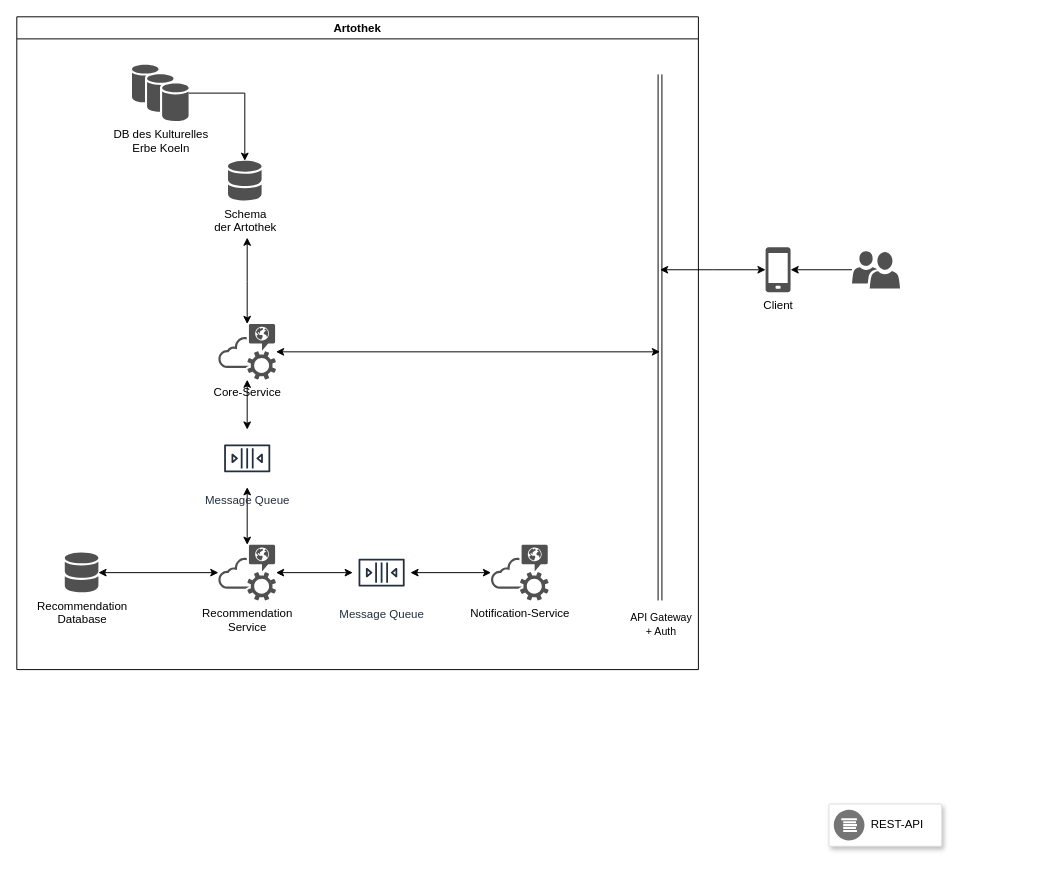
Above: page "Architecture Diagram" (3 of 5) of Artefakte/Untitled Diagram.drawio in JJJS777/EPWS2122KwintSchiller (draw.io), before the change. Source tidied: cells renumbered, new cells numbered last; positions are measured from the earlier drawing's top-left corner, leaving out a move shared by most shapes. Both pictures are drawn from the tidied source at 96%, with x=0, y=0 at pixel (16, 16).
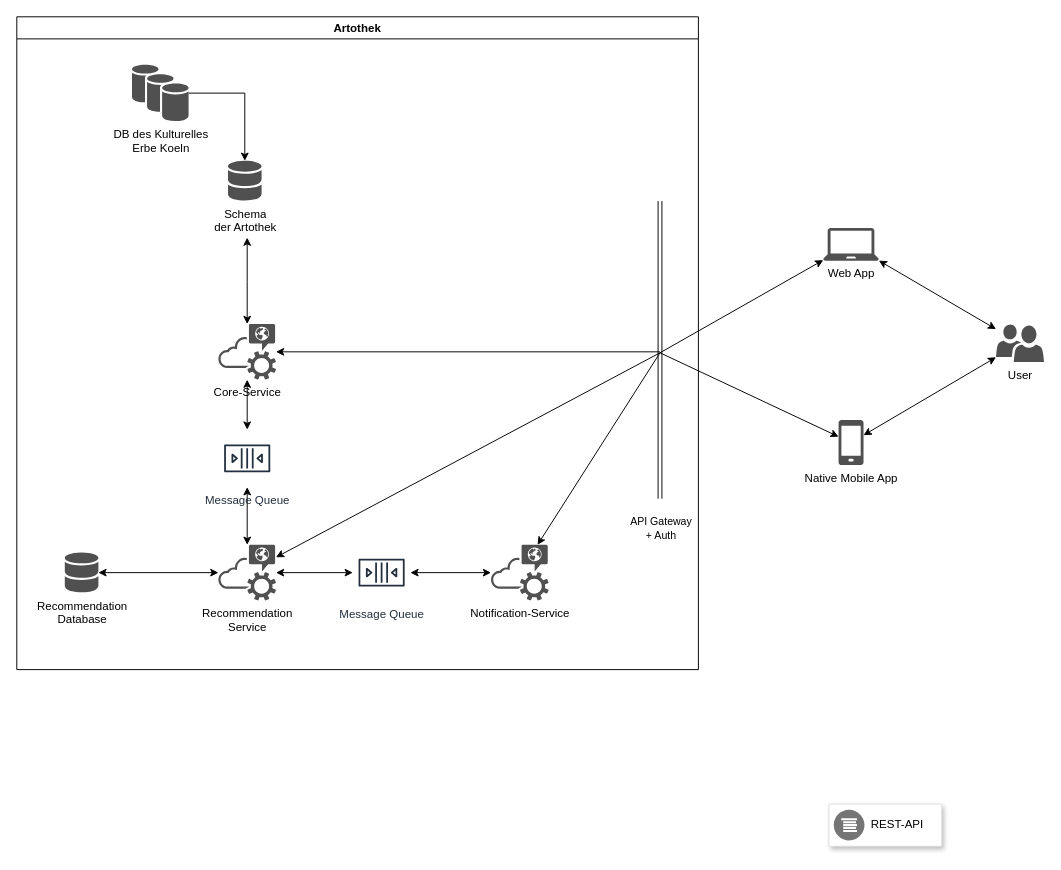
After the change.

The change refers to these unchanged cells:
```xml
<mxCell id="9" value="&lt;div&gt;Recommendation&lt;/div&gt;&lt;div&gt;Service&lt;/div&gt;" style="shadow=0;dashed=0;html=1;strokeColor=none;fillColor=#505050;labelPosition=center;verticalLabelPosition=bottom;verticalAlign=top;outlineConnect=0;align=center;shape=mxgraph.office.communications.public_im_cloud_service;" parent="1" vertex="1">
  <mxGeometry x="210" y="550" width="60" height="58" as="geometry" />
</mxCell>
<mxCell id="13" value="Core-Service" style="shadow=0;dashed=0;html=1;strokeColor=none;fillColor=#505050;labelPosition=center;verticalLabelPosition=bottom;verticalAlign=top;outlineConnect=0;align=center;shape=mxgraph.office.communications.public_im_cloud_service;" parent="1" vertex="1">
  <mxGeometry x="210" y="320" width="60" height="58" as="geometry" />
</mxCell>
<mxCell id="14" value="Notification-Service" style="shadow=0;dashed=0;html=1;strokeColor=none;fillColor=#505050;labelPosition=center;verticalLabelPosition=bottom;verticalAlign=top;outlineConnect=0;align=center;shape=mxgraph.office.communications.public_im_cloud_service;" parent="1" vertex="1">
  <mxGeometry x="494" y="550" width="60" height="58" as="geometry" />
</mxCell>
```

Change to the diagram source:
```diff
@@
+    <mxCell id="27" style="edgeStyle=none;rounded=0;jettySize=auto;html=1;startArrow=classic;startFill=1;endArrow=none;endFill=0;" parent="1" edge="1" source="9">
+      <mxGeometry relative="1" as="geometry">
+        <mxPoint x="670" y="350" as="targetPoint" />
+      </mxGeometry>
+    </mxCell>
@@
-    <mxCell id="12" style="edgeStyle=orthogonalEdgeStyle;rounded=0;jettySize=auto;html=1;startArrow=classic;startFill=1;" parent="1" edge="1" source="13">
+    <mxCell id="12" style="edgeStyle=orthogonalEdgeStyle;rounded=0;jettySize=auto;html=1;startArrow=classic;startFill=1;endArrow=none;endFill=0;" parent="1" edge="1" source="13">
       <mxGeometry relative="1" as="geometry">
         <mxPoint x="670" y="349" as="targetPoint" />
       </mxGeometry>
     </mxCell>
@@
+    <mxCell id="28" style="edgeStyle=none;rounded=0;jettySize=auto;html=1;startArrow=classic;startFill=1;endArrow=none;endFill=0;" parent="1" edge="1" source="14">
+      <mxGeometry relative="1" as="geometry">
+        <mxPoint x="670" y="350" as="targetPoint" />
+      </mxGeometry>
+    </mxCell>
@@
-    <mxCell id="15" style="edgeStyle=orthogonalEdgeStyle;rounded=0;jettySize=auto;html=1;startArrow=classic;startFill=1;" parent="1" edge="1" source="16">
-      <mxGeometry relative="1" as="geometry">
-        <mxPoint x="670" y="263.5" as="targetPoint" />
-      </mxGeometry>
-    </mxCell>
+    <mxCell id="29" style="rounded=0;jettySize=auto;html=1;startArrow=classic;startFill=1;endArrow=none;endFill=0;" parent="1" edge="1" source="16">
+      <mxGeometry relative="1" as="geometry">
+        <mxPoint x="670" y="350" as="targetPoint" />
+      </mxGeometry>
+    </mxCell>
-    <mxCell id="16" value="Client" style="sketch=0;shadow=0;dashed=0;html=1;strokeColor=none;fillColor=#505050;labelPosition=center;verticalLabelPosition=bottom;verticalAlign=top;outlineConnect=0;align=center;shape=mxgraph.office.devices.cell_phone_generic;" parent="1" vertex="1">
-      <mxGeometry x="780" y="240" width="26" height="47" as="geometry" />
+    <mxCell id="16" value="Native Mobile App" style="sketch=0;shadow=0;dashed=0;html=1;strokeColor=none;fillColor=#505050;labelPosition=center;verticalLabelPosition=bottom;verticalAlign=top;outlineConnect=0;align=center;shape=mxgraph.office.devices.cell_phone_generic;" parent="1" vertex="1">
+      <mxGeometry x="856" y="420" width="26" height="47" as="geometry" />
     </mxCell>
+    <mxCell id="30" style="edgeStyle=none;rounded=0;jettySize=auto;html=1;startArrow=classic;startFill=1;" parent="1" edge="1" source="18" target="32">
+      <mxGeometry relative="1" as="geometry" />
+    </mxCell>
-    <mxCell id="17" style="edgeStyle=orthogonalEdgeStyle;rounded=0;jettySize=auto;html=1;" parent="1" edge="1" source="18" target="16">
+    <mxCell id="17" style="edgeStyle=none;rounded=0;jettySize=auto;html=1;startArrow=classic;startFill=1;" parent="1" edge="1" source="18" target="16">
       <mxGeometry relative="1" as="geometry" />
     </mxCell>
-    <mxCell id="18" style="sketch=0;shadow=0;dashed=0;html=1;strokeColor=none;labelPosition=center;verticalLabelPosition=bottom;verticalAlign=top;align=center;fillColor=#505050;shape=mxgraph.mscae.intune.user_group;" parent="1" vertex="1">
-      <mxGeometry x="870" y="244" width="50" height="39" as="geometry" />
+    <mxCell id="18" value="User" style="sketch=0;shadow=0;dashed=0;html=1;strokeColor=none;labelPosition=center;verticalLabelPosition=bottom;verticalAlign=top;align=center;fillColor=#505050;shape=mxgraph.mscae.intune.user_group;" parent="1" vertex="1">
+      <mxGeometry x="1020" y="320.5" width="50" height="39" as="geometry" />
     </mxCell>
@@
+    <mxCell id="26" value="Artothek" style="swimlane;" parent="1" vertex="1">
+      <mxGeometry width="710" height="680" as="geometry" />
+    </mxCell>
-    <mxCell id="24" style="shape=link;html=1;" parent="1" edge="1">
+    <mxCell id="24" style="shape=link;html=1;" parent="26" edge="1">
       <mxGeometry relative="1" as="geometry">
-        <mxPoint x="670" y="60" as="sourcePoint" />
-        <mxPoint x="670" y="608" as="targetPoint" />
+        <mxPoint x="670" y="192" as="sourcePoint" />
+        <mxPoint x="670" y="502" as="targetPoint" />
       </mxGeometry>
     </mxCell>
     <mxCell id="25" value="API Gateway&lt;br&gt;+ Auth" style="edgeLabel;html=1;align=center;verticalAlign=middle;labelBackgroundColor=none;" parent="24" vertex="1">
       <mxGeometry x="-0.64" y="-3" relative="1" as="geometry">
-        <mxPoint x="3" y="473" as="offset" />
+        <mxPoint x="3" y="284" as="offset" />
       </mxGeometry>
     </mxCell>
-    <mxCell id="26" value="Artothek" style="swimlane;" parent="1" vertex="1">
-      <mxGeometry width="710" height="680" as="geometry" />
-    </mxCell>
+    <mxCell id="31" style="rounded=0;jettySize=auto;html=1;startArrow=classic;startFill=1;endArrow=none;endFill=0;" parent="1" edge="1" source="32">
+      <mxGeometry relative="1" as="geometry">
+        <mxPoint x="670" y="350" as="targetPoint" />
+      </mxGeometry>
+    </mxCell>
+    <mxCell id="32" value="Web App" style="shadow=0;dashed=0;html=1;strokeColor=none;fillColor=#505050;labelPosition=center;verticalLabelPosition=bottom;verticalAlign=top;outlineConnect=0;align=center;shape=mxgraph.office.devices.laptop;" parent="1" vertex="1">
+      <mxGeometry x="840" y="220" width="58" height="34" as="geometry" />
+    </mxCell>
```
